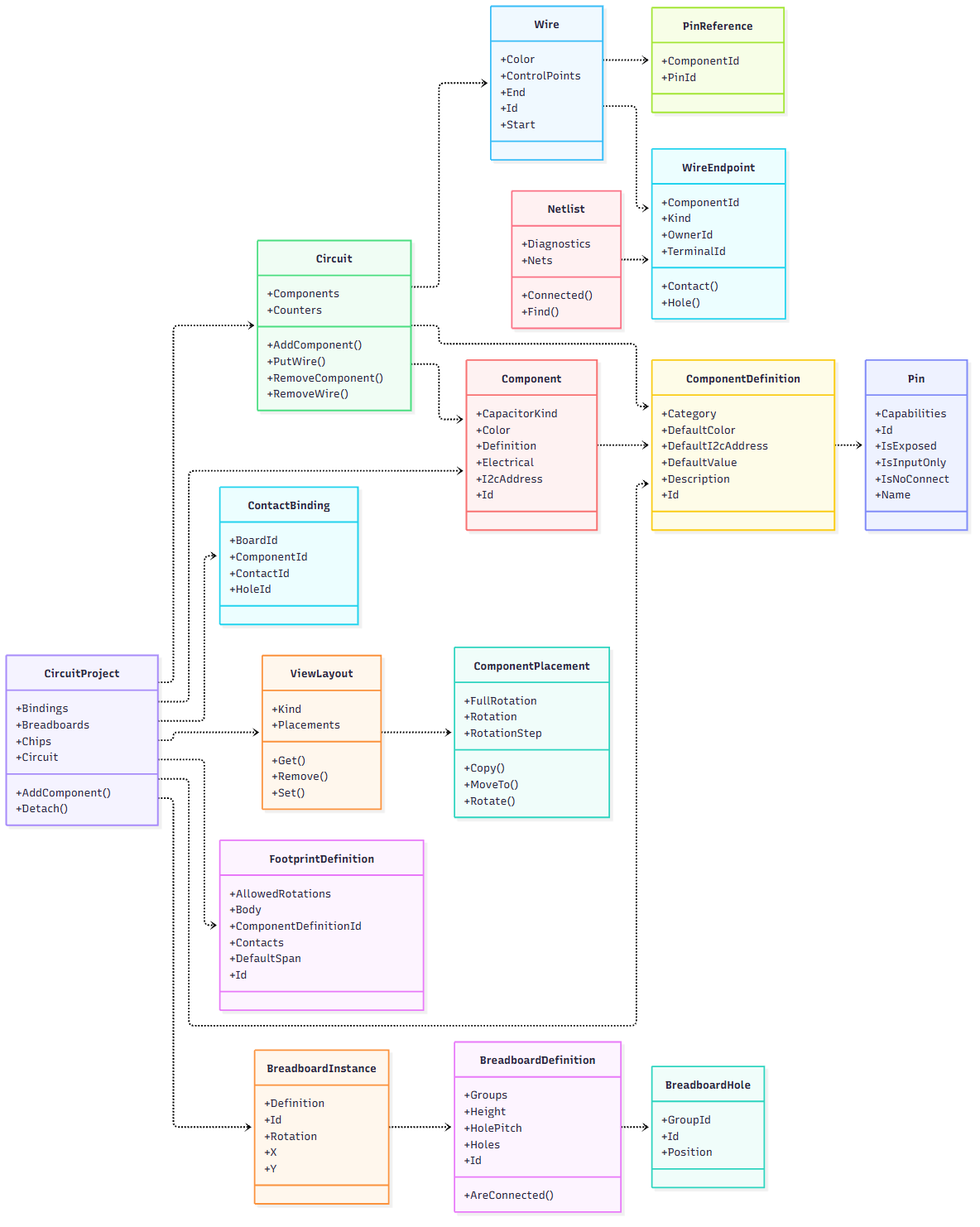
This is docs/uml/images/01-project-model.png from Ismail-DEV-dg/3D-physical-Technical-constructor, a Mermaid export, as it was before one commit. Its source is kept beside it as docs/uml/generated/01-project-model.mmd. The source it was exported from:
```mermaid
classDiagram
    direction LR
    class T01["BreadboardDefinition"]
    T01 : +AreConnected()
    T01 : +Groups
    T01 : +Height
    T01 : +HolePitch
    T01 : +Holes
    T01 : +Id
    class T02["BreadboardHole"]
    T02 : +GroupId
    T02 : +Id
    T02 : +Position
    class T03["BreadboardInstance"]
    T03 : +Definition
    T03 : +Id
    T03 : +Rotation
    T03 : +X
    T03 : +Y
    class T04["ContactBinding"]
    T04 : +BoardId
    T04 : +ComponentId
    T04 : +ContactId
    T04 : +HoleId
    class T05["Circuit"]
    T05 : +AddComponent()
    T05 : +Components
    T05 : +Counters
    T05 : +PutWire()
    T05 : +RemoveComponent()
    T05 : +RemoveWire()
    class T06["CircuitProject"]
    T06 : +AddComponent()
    T06 : +Bindings
    T06 : +Breadboards
    T06 : +Chips
    T06 : +Circuit
    T06 : +Detach()
    class T07["Component"]
    T07 : +CapacitorKind
    T07 : +Color
    T07 : +Definition
    T07 : +Electrical
    T07 : +I2cAddress
    T07 : +Id
    class T08["ComponentDefinition"]
    T08 : +Category
    T08 : +DefaultColor
    T08 : +DefaultI2cAddress
    T08 : +DefaultValue
    T08 : +Description
    T08 : +Id
    class T09["Pin"]
    T09 : +Capabilities
    T09 : +Id
    T09 : +IsExposed
    T09 : +IsInputOnly
    T09 : +IsNoConnect
    T09 : +Name
    class T10["PinReference"]
    T10 : +ComponentId
    T10 : +PinId
    class T11["Wire"]
    T11 : +Color
    T11 : +ControlPoints
    T11 : +End
    T11 : +Id
    T11 : +Start
    class T12["Netlist"]
    T12 : +Connected()
    T12 : +Diagnostics
    T12 : +Find()
    T12 : +Nets
    class T13["FootprintDefinition"]
    T13 : +AllowedRotations
    T13 : +Body
    T13 : +ComponentDefinitionId
    T13 : +Contacts
    T13 : +DefaultSpan
    T13 : +Id
    class T14["ComponentPlacement"]
    T14 : +Copy()
    T14 : +FullRotation
    T14 : +MoveTo()
    T14 : +Rotate()
    T14 : +Rotation
    T14 : +RotationStep
    class T15["ViewLayout"]
    T15 : +Get()
    T15 : +Kind
    T15 : +Placements
    T15 : +Remove()
    T15 : +Set()
    class T16["WireEndpoint"]
    T16 : +ComponentId
    T16 : +Contact()
    T16 : +Hole()
    T16 : +Kind
    T16 : +OwnerId
    T16 : +TerminalId
    T01 ..> T02
    T03 ..> T01
    T05 ..> T07
    T05 ..> T11
    T05 ..> T08
    T06 ..> T05
    T06 ..> T15
    T06 ..> T03
    T06 ..> T13
    T06 ..> T04
    T06 ..> T07
    T06 ..> T08
    T07 ..> T08
    T08 ..> T09
    T11 ..> T16
    T11 ..> T10
    T12 ..> T16
    T15 ..> T14
```
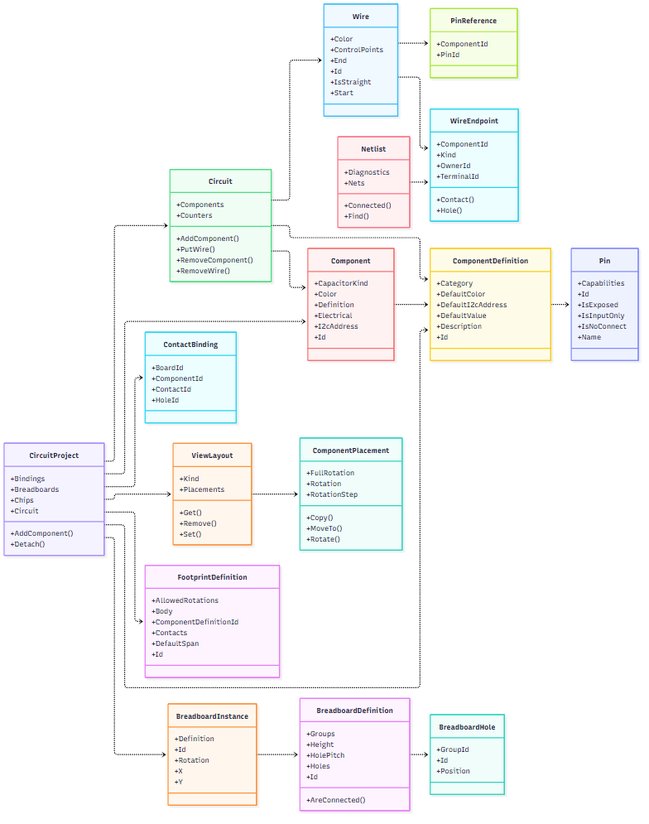
The same diagram one commit later.

What changed in the source:
```diff
@@ -65,6 +65,7 @@
     T11 : +ControlPoints
     T11 : +End
     T11 : +Id
+    T11 : +IsStraight
     T11 : +Start
     class T12["Netlist"]
     T12 : +Connected()
```
